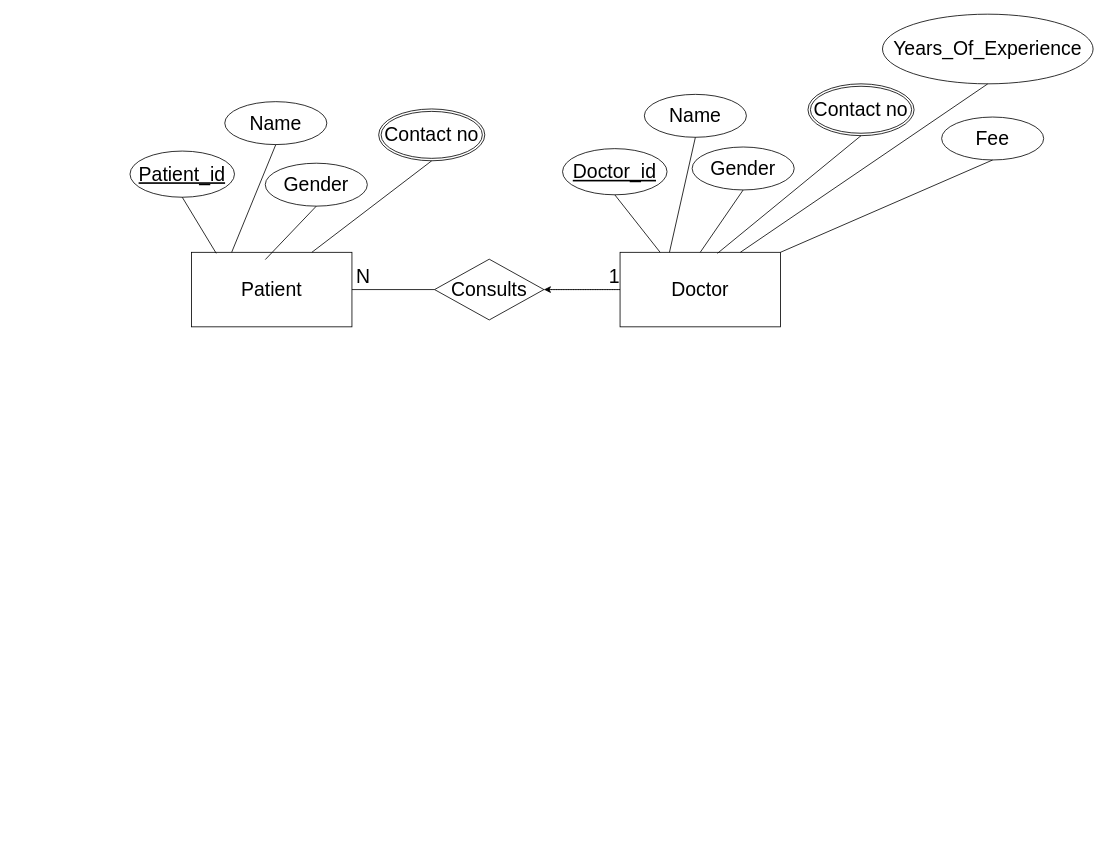
The draw.io diagram hospital_ER.drawio in fayas1234/HOSPITAL-MANAGEMENT-SYSTEM, before the edit. Source tidied: cells renumbered, new cells numbered last; positions are measured from the earlier drawing's top-left corner, leaving out a move shared by most shapes. Both pictures are drawn from the tidied source at 81%, with x=0, y=0 at pixel (130, 14).
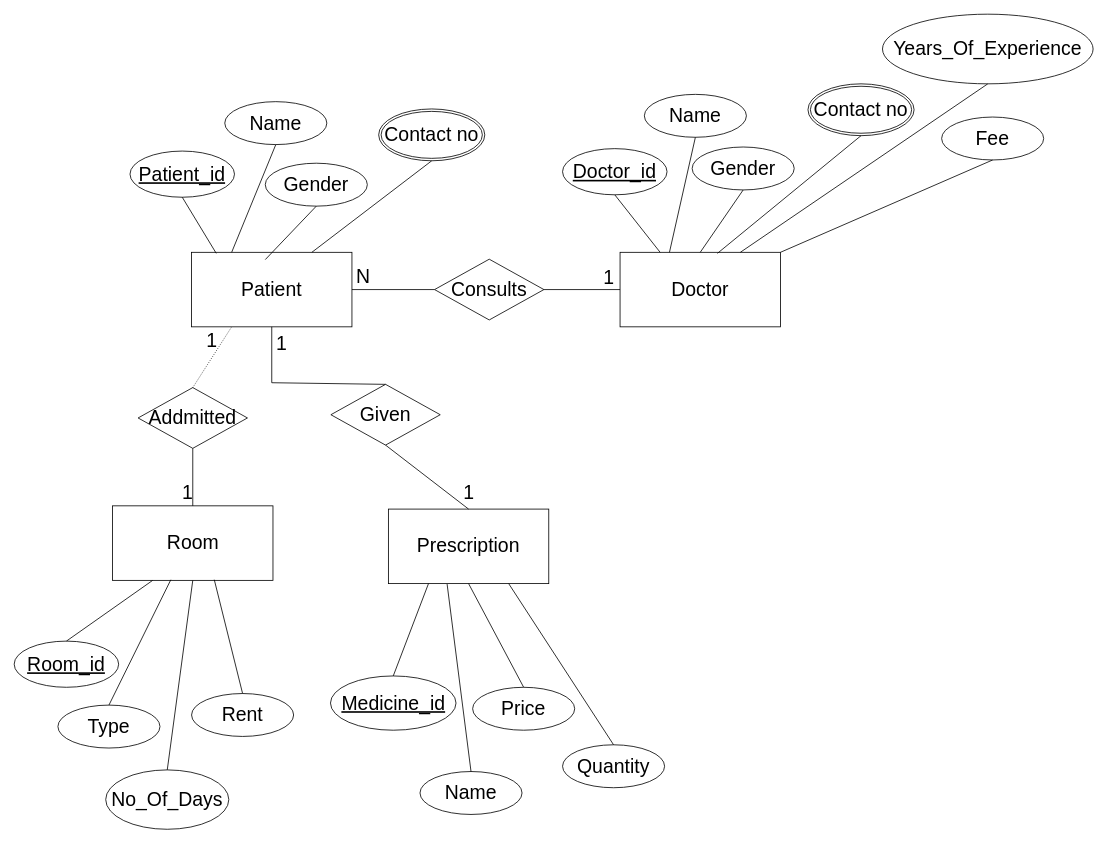
The same page after the edit.

The change refers to these unchanged cells:
```xml
<mxCell id="2" value="&lt;font style=&quot;font-size: 24px;&quot;&gt;Patient&lt;/font&gt;" style="whiteSpace=wrap;html=1;align=center;" parent="1" vertex="1">
  <mxGeometry x="76" y="294" width="198" height="92" as="geometry" />
</mxCell>
<mxCell id="10" value="&lt;span style=&quot;font-size: 24px;&quot;&gt;Doctor&lt;/span&gt;" style="whiteSpace=wrap;html=1;align=center;" parent="1" vertex="1">
  <mxGeometry x="605" y="294" width="198" height="92" as="geometry" />
</mxCell>
<mxCell id="13" value="Consults" style="shape=rhombus;perimeter=rhombusPerimeter;whiteSpace=wrap;html=1;align=center;fontSize=24;" parent="1" vertex="1">
  <mxGeometry x="376" y="302.5" width="135" height="75" as="geometry" />
</mxCell>
```

Change to the diagram source:
```diff
@@
-    <mxCell id="9" style="edgeStyle=orthogonalEdgeStyle;rounded=0;jettySize=auto;html=1;fontSize=24;" parent="1" edge="1" source="10" target="13">
-      <mxGeometry relative="1" as="geometry" />
-    </mxCell>
@@
-    <mxCell id="14" style="endArrow=none;html=1;rounded=0;dashed=1;dashPattern=1 2;fontSize=24;entryX=0;entryY=0.5;entryDx=0;entryDy=0;exitX=1;exitY=0.5;exitDx=0;exitDy=0;" parent="1" edge="1" source="13" target="10">
-      <mxGeometry relative="1" as="geometry" />
-    </mxCell>
-    <mxCell id="15" value="1" style="html=1;align=right;verticalAlign=bottom;fontSize=24;" parent="14" vertex="1">
-      <mxGeometry x="1" relative="1" as="geometry" />
-    </mxCell>
@@
+    <mxCell id="30" value="&lt;span style=&quot;font-size: 24px;&quot;&gt;Room&lt;/span&gt;" style="whiteSpace=wrap;html=1;align=center;" parent="1" vertex="1">
+      <mxGeometry x="-21.5" y="607" width="198" height="92" as="geometry" />
+    </mxCell>
+    <mxCell id="31" value="Addmitted" style="shape=rhombus;perimeter=rhombusPerimeter;whiteSpace=wrap;html=1;align=center;fontSize=24;" parent="1" vertex="1">
+      <mxGeometry x="10" y="461" width="135" height="75" as="geometry" />
+    </mxCell>
+    <mxCell id="14" style="endArrow=none;html=1;rounded=0;fontSize=24;exitX=1;exitY=0.5;exitDx=0;exitDy=0;entryX=0;entryY=0.5;entryDx=0;entryDy=0;" parent="1" edge="1" source="13" target="10">
+      <mxGeometry relative="1" as="geometry" />
+    </mxCell>
+    <mxCell id="32" value="1" style="text;html=1;strokeColor=none;fillColor=none;align=center;verticalAlign=middle;whiteSpace=wrap;rounded=0;fontSize=24;" parent="1" vertex="1">
+      <mxGeometry x="575" y="310" width="33" height="32" as="geometry" />
+    </mxCell>
+    <mxCell id="33" style="endArrow=none;html=1;rounded=0;dashed=1;dashPattern=1 2;fontSize=24;entryX=0.25;entryY=1;entryDx=0;entryDy=0;exitX=0.5;exitY=0;exitDx=0;exitDy=0;" parent="1" edge="1" source="31" target="2">
+      <mxGeometry relative="1" as="geometry" />
+    </mxCell>
+    <mxCell id="34" value="1" style="html=1;align=right;verticalAlign=bottom;fontSize=24;" parent="33" vertex="1">
+      <mxGeometry x="1" relative="1" as="geometry">
+        <mxPoint x="-17" y="34" as="offset" />
+      </mxGeometry>
+    </mxCell>
+    <mxCell id="35" style="endArrow=none;html=1;rounded=0;fontSize=24;entryX=0.5;entryY=0;entryDx=0;entryDy=0;exitX=0.5;exitY=1;exitDx=0;exitDy=0;" parent="1" edge="1" source="31" target="30">
+      <mxGeometry relative="1" as="geometry" />
+    </mxCell>
+    <mxCell id="36" value="1" style="html=1;align=right;verticalAlign=bottom;fontSize=24;" parent="35" vertex="1">
+      <mxGeometry x="1" relative="1" as="geometry" />
+    </mxCell>
+    <mxCell id="37" value="Room_id" style="ellipse;whiteSpace=wrap;html=1;align=center;fontStyle=4;fontSize=24;rotation=0;" parent="1" vertex="1">
+      <mxGeometry x="-143" y="774" width="129" height="57" as="geometry" />
+    </mxCell>
+    <mxCell id="38" style="endArrow=none;html=1;rounded=0;fontSize=24;exitX=0.25;exitY=1;exitDx=0;exitDy=0;entryX=0.5;entryY=0;entryDx=0;entryDy=0;" parent="1" edge="1" source="30" target="37">
+      <mxGeometry relative="1" as="geometry" />
+    </mxCell>
+    <mxCell id="39" value="Type" style="ellipse;whiteSpace=wrap;html=1;align=center;fontSize=24;" parent="1" vertex="1">
+      <mxGeometry x="-89" y="853" width="126" height="53" as="geometry" />
+    </mxCell>
+    <mxCell id="40" style="endArrow=none;html=1;rounded=0;fontSize=24;entryX=0.5;entryY=0;entryDx=0;entryDy=0;exitX=0.363;exitY=0.992;exitDx=0;exitDy=0;exitPerimeter=0;" parent="1" edge="1" source="30" target="39">
+      <mxGeometry relative="1" as="geometry" />
+    </mxCell>
+    <mxCell id="41" value="No_Of_Days" style="ellipse;whiteSpace=wrap;html=1;align=center;fontSize=24;" parent="1" vertex="1">
+      <mxGeometry x="-30" y="933" width="152" height="73.3" as="geometry" />
+    </mxCell>
+    <mxCell id="42" style="endArrow=none;html=1;rounded=0;fontSize=24;entryX=0.5;entryY=0;entryDx=0;entryDy=0;exitX=0.5;exitY=1;exitDx=0;exitDy=0;" parent="1" edge="1" source="30" target="41">
+      <mxGeometry relative="1" as="geometry" />
+    </mxCell>
+    <mxCell id="43" value="Rent" style="ellipse;whiteSpace=wrap;html=1;align=center;fontSize=24;" parent="1" vertex="1">
+      <mxGeometry x="76" y="838.7" width="126" height="53" as="geometry" />
+    </mxCell>
+    <mxCell id="44" style="endArrow=none;html=1;rounded=0;fontSize=24;entryX=0.5;entryY=0;entryDx=0;entryDy=0;exitX=0.634;exitY=0.991;exitDx=0;exitDy=0;exitPerimeter=0;" parent="1" edge="1" source="30" target="43">
+      <mxGeometry relative="1" as="geometry" />
+    </mxCell>
+    <mxCell id="45" value="&lt;span style=&quot;font-size: 24px;&quot;&gt;Prescription&lt;/span&gt;" style="whiteSpace=wrap;html=1;align=center;" parent="1" vertex="1">
+      <mxGeometry x="319" y="611" width="198" height="92" as="geometry" />
+    </mxCell>
+    <mxCell id="46" value="Given" style="shape=rhombus;perimeter=rhombusPerimeter;whiteSpace=wrap;html=1;align=center;fontSize=24;" parent="1" vertex="1">
+      <mxGeometry x="248" y="457" width="135" height="75" as="geometry" />
+    </mxCell>
+    <mxCell id="47" style="endArrow=none;html=1;rounded=0;fontSize=24;exitX=0.5;exitY=0;exitDx=0;exitDy=0;entryX=0.5;entryY=1;entryDx=0;entryDy=0;" parent="1" edge="1" source="46" target="2">
+      <mxGeometry relative="1" as="geometry">
+        <Array as="points">
+          <mxPoint x="175" y="455" />
+        </Array>
+      </mxGeometry>
+    </mxCell>
+    <mxCell id="48" style="endArrow=none;html=1;rounded=0;fontSize=24;entryX=0.5;entryY=1;entryDx=0;entryDy=0;exitX=0.5;exitY=0;exitDx=0;exitDy=0;" parent="1" edge="1" source="45" target="46">
+      <mxGeometry relative="1" as="geometry" />
+    </mxCell>
+    <mxCell id="49" value="1" style="text;html=1;align=center;verticalAlign=middle;strokeColor=none;fillColor=none;fontSize=24;" parent="1" vertex="1">
+      <mxGeometry x="171" y="386" width="31" height="41" as="geometry" />
+    </mxCell>
+    <mxCell id="50" value="1" style="text;html=1;align=center;verticalAlign=middle;strokeColor=none;fillColor=none;fontSize=24;" parent="1" vertex="1">
+      <mxGeometry x="402.5" y="570" width="31" height="41" as="geometry" />
+    </mxCell>
+    <mxCell id="51" value="Medicine_id" style="ellipse;whiteSpace=wrap;html=1;align=center;fontStyle=4;fontSize=24;rotation=0;" parent="1" vertex="1">
+      <mxGeometry x="247.5" y="817" width="155" height="67" as="geometry" />
+    </mxCell>
+    <mxCell id="52" style="endArrow=none;html=1;rounded=0;fontSize=24;exitX=0.25;exitY=1;exitDx=0;exitDy=0;entryX=0.5;entryY=0;entryDx=0;entryDy=0;" parent="1" edge="1" source="45" target="51">
+      <mxGeometry relative="1" as="geometry" />
+    </mxCell>
+    <mxCell id="53" value="Name" style="ellipse;whiteSpace=wrap;html=1;align=center;fontSize=24;" parent="1" vertex="1">
+      <mxGeometry x="358" y="935" width="126" height="53" as="geometry" />
+    </mxCell>
+    <mxCell id="54" style="endArrow=none;html=1;rounded=0;fontSize=24;entryX=0.5;entryY=0;entryDx=0;entryDy=0;exitX=0.366;exitY=1.006;exitDx=0;exitDy=0;exitPerimeter=0;" parent="1" edge="1" source="45" target="53">
+      <mxGeometry relative="1" as="geometry" />
+    </mxCell>
+    <mxCell id="55" value="Price" style="ellipse;whiteSpace=wrap;html=1;align=center;fontSize=24;" parent="1" vertex="1">
+      <mxGeometry x="423" y="831" width="126" height="53" as="geometry" />
+    </mxCell>
+    <mxCell id="56" style="endArrow=none;html=1;rounded=0;fontSize=24;entryX=0.5;entryY=0;entryDx=0;entryDy=0;exitX=0.5;exitY=1;exitDx=0;exitDy=0;" parent="1" edge="1" source="45" target="55">
+      <mxGeometry relative="1" as="geometry" />
+    </mxCell>
+    <mxCell id="57" value="Quantity" style="ellipse;whiteSpace=wrap;html=1;align=center;fontSize=24;" parent="1" vertex="1">
+      <mxGeometry x="534" y="902" width="126" height="53" as="geometry" />
+    </mxCell>
+    <mxCell id="58" style="endArrow=none;html=1;rounded=0;fontSize=24;entryX=0.5;entryY=0;entryDx=0;entryDy=0;exitX=0.75;exitY=1;exitDx=0;exitDy=0;" parent="1" edge="1" source="45" target="57">
+      <mxGeometry relative="1" as="geometry" />
+    </mxCell>
```
